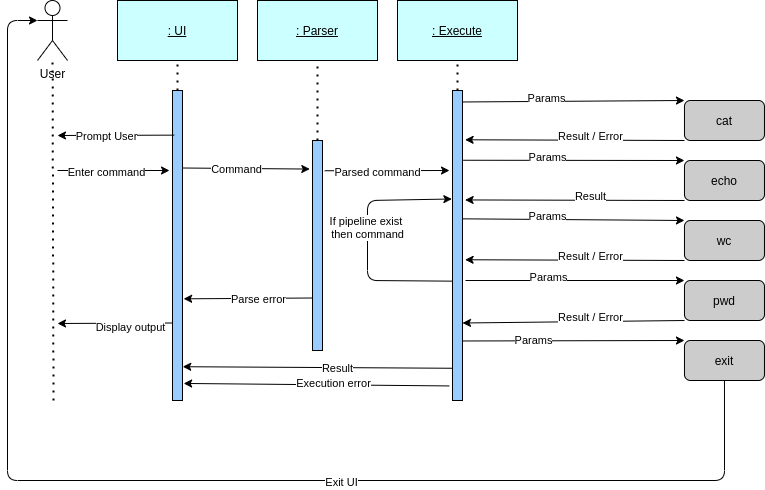
SmirnovAlexander/SoftwareDesign keeps this draw.io diagram as DesignCLI/images/activity_diagram.png. Above is the earlier version. Source tidied: cells renumbered, new cells last; positions are measured from the earlier drawing's top-left corner, leaving out a move shared by most shapes.
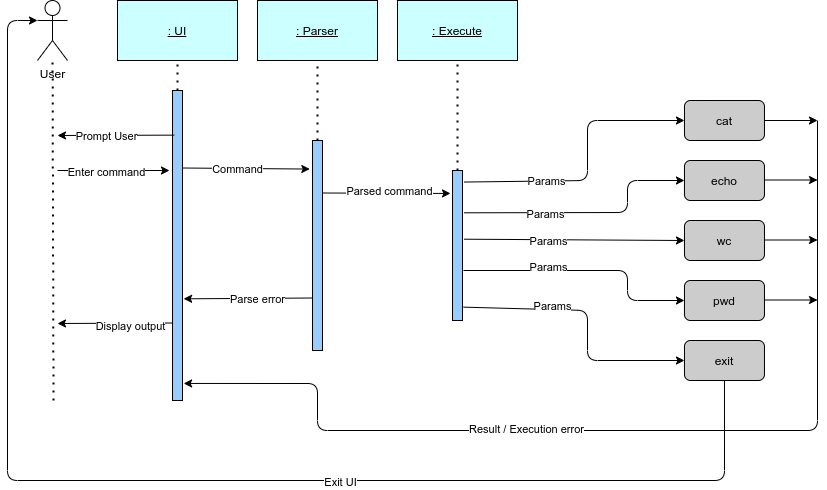
Above is the later version.

Commit message:
updated activity diagram

The edit, as a diff of the source:
```diff
@@ -32,7 +32,7 @@
       <mxGeometry x="390" width="120" height="60" as="geometry" />
     </mxCell>
     <mxCell id="11" style="rounded=0;whiteSpace=wrap;html=1;fillColor=#99CCFF;" parent="1" vertex="1">
-      <mxGeometry x="445" y="90" width="10" height="310" as="geometry" />
+      <mxGeometry x="445" y="170" width="10" height="150" as="geometry" />
     </mxCell>
     <mxCell id="12" style="endArrow=none;dashed=1;html=1;dashPattern=1 3;strokeWidth=2;entryX=0.5;entryY=1;entryDx=0;entryDy=0;exitX=0.5;exitY=0;exitDx=0;exitDy=0;" parent="1" edge="1" source="11" target="10">
       <mxGeometry relative="1" as="geometry" />
@@ -81,39 +81,29 @@
     <mxCell id="25" value="Parse error" style="edgeLabel;html=1;align=center;verticalAlign=middle;" parent="24" vertex="1">
       <mxGeometry x="-0.13" relative="1" as="geometry" />
     </mxCell>
-    <mxCell id="26" style="endArrow=classic;html=1;exitX=1.23;exitY=0.144;exitDx=0;exitDy=0;exitPerimeter=0;" parent="1" edge="1" source="8">
-      <mxGeometry relative="1" as="geometry">
-        <mxPoint x="442" y="170" as="targetPoint" />
-      </mxGeometry>
+    <mxCell id="26" style="endArrow=classic;html=1;exitX=1;exitY=0.25;exitDx=0;exitDy=0;entryX=-0.199;entryY=0.153;entryDx=0;entryDy=0;entryPerimeter=0;" parent="1" edge="1" source="8" target="11">
+      <mxGeometry relative="1" as="geometry" />
     </mxCell>
     <mxCell id="27" value="Parsed command" style="edgeLabel;html=1;align=center;verticalAlign=middle;" parent="26" vertex="1">
-      <mxGeometry x="-0.18" y="-1" relative="1" as="geometry" />
+      <mxGeometry x="-0.18" y="-1" relative="1" as="geometry">
+        <mxPoint x="13" y="-3.7" as="offset" />
+      </mxGeometry>
     </mxCell>
-    <mxCell id="28" style="endArrow=classic;html=1;exitX=-0.064;exitY=0.615;exitDx=0;exitDy=0;entryX=-0.064;entryY=0.35;entryDx=0;entryDy=0;entryPerimeter=0;exitPerimeter=0;" parent="1" edge="1" source="11" target="11">
-      <mxGeometry relative="1" as="geometry">
-        <Array as="points">
-          <mxPoint x="360" y="280" />
-          <mxPoint x="360" y="200" />
-        </Array>
-      </mxGeometry>
-    </mxCell>
-    <mxCell id="29" value="If pipeline exist &lt;br&gt;then command" style="edgeLabel;html=1;align=center;verticalAlign=middle;" parent="28" vertex="1">
-      <mxGeometry x="0.11" y="1" relative="1" as="geometry" />
-    </mxCell>
-    <mxCell id="30" style="endArrow=classic;html=1;exitX=-0.328;exitY=0.953;exitDx=0;exitDy=0;entryX=1.113;entryY=0.945;entryDx=0;entryDy=0;exitPerimeter=0;entryPerimeter=0;" parent="1" edge="1" source="11" target="5">
-      <mxGeometry relative="1" as="geometry" />
+    <mxCell id="30" style="endArrow=classic;html=1;entryX=1.113;entryY=0.945;entryDx=0;entryDy=0;entryPerimeter=0;" parent="1" edge="1" target="5">
+      <mxGeometry relative="1" as="geometry">
+        <mxPoint x="810" y="120" as="sourcePoint" />
+        <Array as="points">
+          <mxPoint x="810" y="430" />
+          <mxPoint x="310" y="430" />
+          <mxPoint x="310" y="383" />
+        </Array>
+      </mxGeometry>
     </mxCell>
-    <mxCell id="31" value="Execution error" style="edgeLabel;html=1;align=center;verticalAlign=middle;" parent="30" vertex="1">
-      <mxGeometry x="-0.12" y="-2" relative="1" as="geometry" />
+    <mxCell id="31" value="Result / Execution error" style="edgeLabel;html=1;align=center;verticalAlign=middle;" parent="30" vertex="1">
+      <mxGeometry x="-0.12" y="-2" relative="1" as="geometry">
+        <mxPoint x="-167" as="offset" />
+      </mxGeometry>
     </mxCell>
-    <mxCell id="32" style="endArrow=classic;html=1;exitX=0.024;exitY=0.896;exitDx=0;exitDy=0;exitPerimeter=0;entryX=1.024;entryY=0.891;entryDx=0;entryDy=0;entryPerimeter=0;" parent="1" edge="1" source="11" target="5">
-      <mxGeometry relative="1" as="geometry" />
-    </mxCell>
-    <mxCell id="33" value="Result" style="edgeLabel;html=1;align=center;verticalAlign=middle;" parent="32" vertex="1">
-      <mxGeometry x="-0.13" relative="1" as="geometry">
-        <mxPoint x="1" as="offset" />
-      </mxGeometry>
-    </mxCell>
     <mxCell id="34" style="endArrow=classic;html=1;exitX=0.5;exitY=1;exitDx=0;exitDy=0;entryX=0;entryY=0.3333333333333333;entryDx=0;entryDy=0;entryPerimeter=0;" parent="1" edge="1" source="17" target="2">
       <mxGeometry relative="1" as="geometry">
         <Array as="points">
@@ -136,72 +126,89 @@
     <mxCell id="37" value="Display output" style="edgeLabel;html=1;align=center;verticalAlign=middle;" parent="36" vertex="1">
       <mxGeometry x="-0.26" y="3" relative="1" as="geometry" />
     </mxCell>
-    <mxCell id="38" style="endArrow=classic;html=1;entryX=0;entryY=0;entryDx=0;entryDy=0;exitX=0.995;exitY=0.037;exitDx=0;exitDy=0;exitPerimeter=0;" parent="1" edge="1" source="11" target="13">
-      <mxGeometry relative="1" as="geometry" />
+    <mxCell id="38" style="endArrow=classic;html=1;entryX=0;entryY=0.5;entryDx=0;entryDy=0;exitX=1.148;exitY=0.077;exitDx=0;exitDy=0;exitPerimeter=0;" parent="1" edge="1" source="11" target="13">
+      <mxGeometry relative="1" as="geometry">
+        <Array as="points">
+          <mxPoint x="580" y="180" />
+          <mxPoint x="580" y="120" />
+        </Array>
+      </mxGeometry>
     </mxCell>
     <mxCell id="39" value="Params" style="edgeLabel;html=1;align=center;verticalAlign=middle;" parent="38" vertex="1">
-      <mxGeometry x="-0.25" y="4" relative="1" as="geometry" />
+      <mxGeometry x="-0.25" y="4" relative="1" as="geometry">
+        <mxPoint x="-22.5" y="3.8" as="offset" />
+      </mxGeometry>
     </mxCell>
-    <mxCell id="40" style="endArrow=classic;html=1;exitX=0;exitY=1;exitDx=0;exitDy=0;entryX=1.26;entryY=0.159;entryDx=0;entryDy=0;entryPerimeter=0;" parent="1" edge="1" source="13" target="11">
-      <mxGeometry relative="1" as="geometry" />
-    </mxCell>
-    <mxCell id="41" value="Text" style="edgeLabel;html=1;align=center;verticalAlign=middle;" parent="40" vertex="1">
-      <mxGeometry x="-0.32" y="-5" relative="1" as="geometry" />
-    </mxCell>
-    <mxCell id="42" value="Result / Error" style="edgeLabel;html=1;align=center;verticalAlign=middle;" parent="40" vertex="1">
-      <mxGeometry x="-0.14" y="-5" relative="1" as="geometry" />
-    </mxCell>
-    <mxCell id="43" style="endArrow=classic;html=1;entryX=0;entryY=0;entryDx=0;entryDy=0;exitX=1.083;exitY=0.225;exitDx=0;exitDy=0;exitPerimeter=0;" parent="1" edge="1" source="11" target="14">
-      <mxGeometry relative="1" as="geometry" />
+    <mxCell id="43" style="endArrow=classic;html=1;entryX=0;entryY=0.5;entryDx=0;entryDy=0;exitX=1.184;exitY=0.282;exitDx=0;exitDy=0;exitPerimeter=0;" parent="1" edge="1" source="11" target="14">
+      <mxGeometry relative="1" as="geometry">
+        <Array as="points">
+          <mxPoint x="620" y="212" />
+          <mxPoint x="620" y="180" />
+        </Array>
+      </mxGeometry>
     </mxCell>
     <mxCell id="44" value="Params" style="edgeLabel;html=1;align=center;verticalAlign=middle;" parent="43" vertex="1">
-      <mxGeometry x="-0.25" y="4" relative="1" as="geometry" />
+      <mxGeometry x="-0.25" y="4" relative="1" as="geometry">
+        <mxPoint x="-13.4" y="5" as="offset" />
+      </mxGeometry>
     </mxCell>
-    <mxCell id="45" style="endArrow=classic;html=1;exitX=0;exitY=1;exitDx=0;exitDy=0;entryX=1.26;entryY=0.546;entryDx=0;entryDy=0;entryPerimeter=0;" parent="1" edge="1" source="15" target="11">
-      <mxGeometry relative="1" as="geometry" />
-    </mxCell>
-    <mxCell id="46" value="Text" style="edgeLabel;html=1;align=center;verticalAlign=middle;" parent="45" vertex="1">
-      <mxGeometry x="-0.32" y="-5" relative="1" as="geometry" />
-    </mxCell>
-    <mxCell id="47" value="Result / Error" style="edgeLabel;html=1;align=center;verticalAlign=middle;" parent="45" vertex="1">
-      <mxGeometry x="-0.14" y="-5" relative="1" as="geometry" />
-    </mxCell>
-    <mxCell id="48" style="endArrow=classic;html=1;exitX=0;exitY=1;exitDx=0;exitDy=0;entryX=1;entryY=0.75;entryDx=0;entryDy=0;" parent="1" edge="1" source="16" target="11">
-      <mxGeometry relative="1" as="geometry" />
-    </mxCell>
-    <mxCell id="49" value="Text" style="edgeLabel;html=1;align=center;verticalAlign=middle;" parent="48" vertex="1">
-      <mxGeometry x="-0.32" y="-5" relative="1" as="geometry" />
-    </mxCell>
-    <mxCell id="50" value="Result / Error" style="edgeLabel;html=1;align=center;verticalAlign=middle;" parent="48" vertex="1">
-      <mxGeometry x="-0.14" y="-5" relative="1" as="geometry" />
-    </mxCell>
-    <mxCell id="51" style="endArrow=classic;html=1;exitX=0;exitY=1;exitDx=0;exitDy=0;entryX=1.26;entryY=0.353;entryDx=0;entryDy=0;entryPerimeter=0;" parent="1" edge="1" source="14" target="11">
-      <mxGeometry relative="1" as="geometry" />
-    </mxCell>
-    <mxCell id="52" value="Result" style="edgeLabel;html=1;align=center;verticalAlign=middle;" parent="51" vertex="1">
-      <mxGeometry x="-0.14" y="-5" relative="1" as="geometry" />
-    </mxCell>
-    <mxCell id="53" style="endArrow=classic;html=1;entryX=0;entryY=0;entryDx=0;entryDy=0;exitX=1.083;exitY=0.414;exitDx=0;exitDy=0;exitPerimeter=0;" parent="1" edge="1" source="11" target="15">
-      <mxGeometry relative="1" as="geometry" />
-    </mxCell>
-    <mxCell id="54" value="Params" style="edgeLabel;html=1;align=center;verticalAlign=middle;" parent="53" vertex="1">
-      <mxGeometry x="-0.25" y="4" relative="1" as="geometry" />
-    </mxCell>
-    <mxCell id="55" style="endArrow=classic;html=1;entryX=0;entryY=0;entryDx=0;entryDy=0;" parent="1" edge="1" target="16">
+    <mxCell id="55" style="endArrow=classic;html=1;entryX=0;entryY=0.5;entryDx=0;entryDy=0;" parent="1" edge="1" target="16">
       <mxGeometry relative="1" as="geometry">
-        <mxPoint x="458" y="280" as="sourcePoint" />
+        <mxPoint x="456" y="270" as="sourcePoint" />
+        <Array as="points">
+          <mxPoint x="620" y="270" />
+          <mxPoint x="620" y="300" />
+        </Array>
       </mxGeometry>
     </mxCell>
     <mxCell id="56" value="Params" style="edgeLabel;html=1;align=center;verticalAlign=middle;" parent="55" vertex="1">
-      <mxGeometry x="-0.25" y="4" relative="1" as="geometry" />
+      <mxGeometry x="-0.25" y="4" relative="1" as="geometry">
+        <mxPoint x="-10" as="offset" />
+      </mxGeometry>
     </mxCell>
-    <mxCell id="57" style="endArrow=classic;html=1;exitX=0.995;exitY=0.808;exitDx=0;exitDy=0;exitPerimeter=0;entryX=0;entryY=0;entryDx=0;entryDy=0;" parent="1" edge="1" source="11" target="17">
-      <mxGeometry relative="1" as="geometry" />
+    <mxCell id="57" style="endArrow=classic;html=1;exitX=1.112;exitY=0.911;exitDx=0;exitDy=0;exitPerimeter=0;entryX=0;entryY=0.5;entryDx=0;entryDy=0;" parent="1" edge="1" source="11" target="17">
+      <mxGeometry relative="1" as="geometry">
+        <Array as="points">
+          <mxPoint x="580" y="310" />
+          <mxPoint x="580" y="360" />
+        </Array>
+      </mxGeometry>
     </mxCell>
     <mxCell id="58" value="Params" style="edgeLabel;html=1;align=center;verticalAlign=middle;" parent="57" vertex="1">
       <mxGeometry x="-0.36" y="1" relative="1" as="geometry">
-        <mxPoint x="-1" as="offset" />
+        <mxPoint x="0.6" y="-3.1" as="offset" />
       </mxGeometry>
     </mxCell>
+    <mxCell id="59" style="endArrow=classic;html=1;exitX=1;exitY=0.5;exitDx=0;exitDy=0;" parent="1" edge="1" source="13">
+      <mxGeometry relative="1" as="geometry">
+        <mxPoint x="810" y="120" as="targetPoint" />
+      </mxGeometry>
+    </mxCell>
+    <mxCell id="60" style="endArrow=classic;html=1;exitX=1;exitY=0.5;exitDx=0;exitDy=0;" parent="1" edge="1">
+      <mxGeometry relative="1" as="geometry">
+        <mxPoint x="757" y="179.5" as="sourcePoint" />
+        <mxPoint x="810" y="179.5" as="targetPoint" />
+      </mxGeometry>
+    </mxCell>
+    <mxCell id="61" style="endArrow=classic;html=1;exitX=1;exitY=0.5;exitDx=0;exitDy=0;" parent="1" edge="1">
+      <mxGeometry relative="1" as="geometry">
+        <mxPoint x="757" y="239.5" as="sourcePoint" />
+        <mxPoint x="810" y="239.5" as="targetPoint" />
+      </mxGeometry>
+    </mxCell>
+    <mxCell id="62" style="endArrow=classic;html=1;exitX=1;exitY=0.5;exitDx=0;exitDy=0;" parent="1" edge="1">
+      <mxGeometry relative="1" as="geometry">
+        <mxPoint x="757" y="299.5" as="sourcePoint" />
+        <mxPoint x="810" y="299.5" as="targetPoint" />
+      </mxGeometry>
+    </mxCell>
+    <mxCell id="53" style="endArrow=classic;html=1;entryX=0;entryY=0.5;entryDx=0;entryDy=0;exitX=1.151;exitY=0.458;exitDx=0;exitDy=0;exitPerimeter=0;" parent="1" edge="1" source="11" target="15">
+      <mxGeometry relative="1" as="geometry" />
+    </mxCell>
+    <mxCell id="54" value="Params" style="edgeLabel;html=1;align=center;verticalAlign=middle;" parent="53" vertex="1">
+      <mxGeometry x="-0.41" y="2" relative="1" as="geometry">
+        <mxPoint x="19.5" y="2.9" as="offset" />
+      </mxGeometry>
+    </mxCell>
   </root>
 </mxGraphModel>
```
